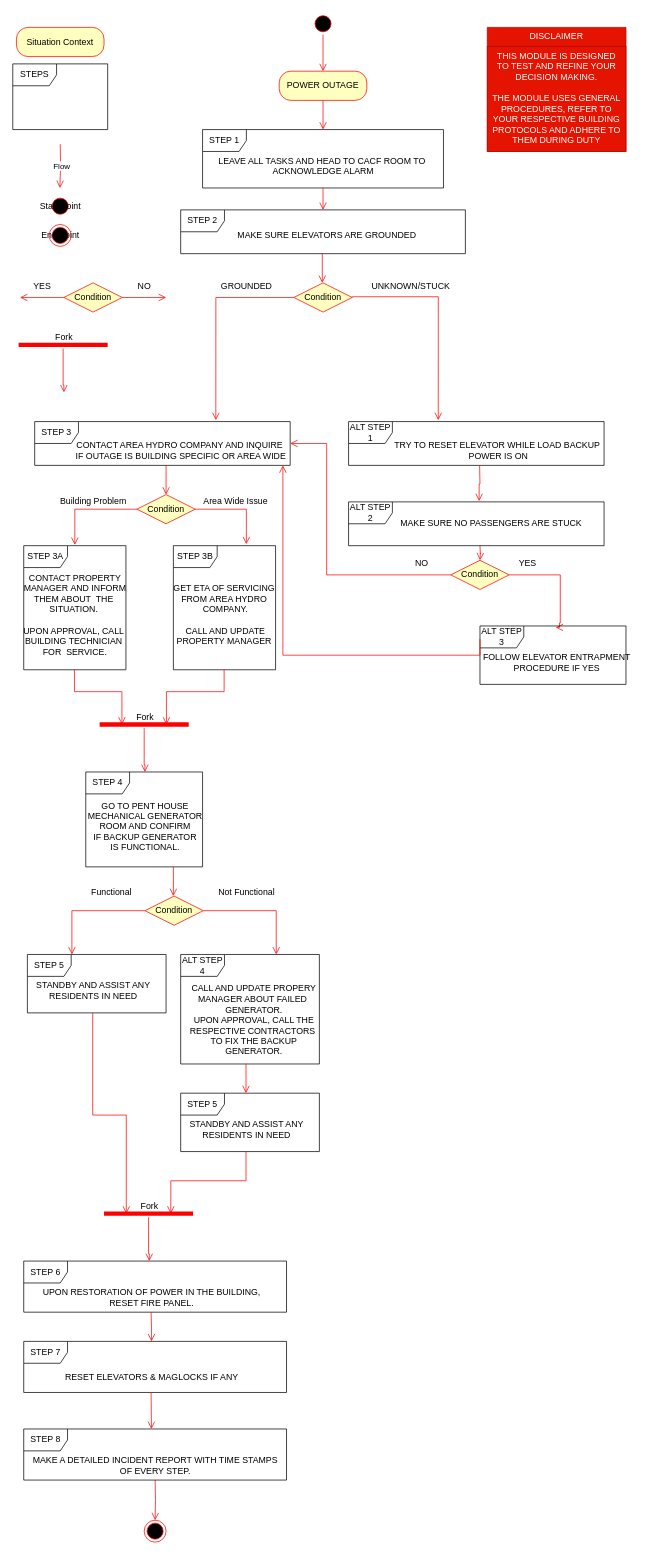
Earlier version of the draw.io diagram MODULES/Mod 4 Procedure POWER OUTAGE.drawio (s-nasir/ModTrain). Source tidied: cells renumbered, new cells numbered last; positions are measured from the earlier drawing's top-left corner, leaving out a move shared by most shapes. Both pictures are drawn from the tidied source at 73%, with x=0, y=0 at pixel (12, 12).
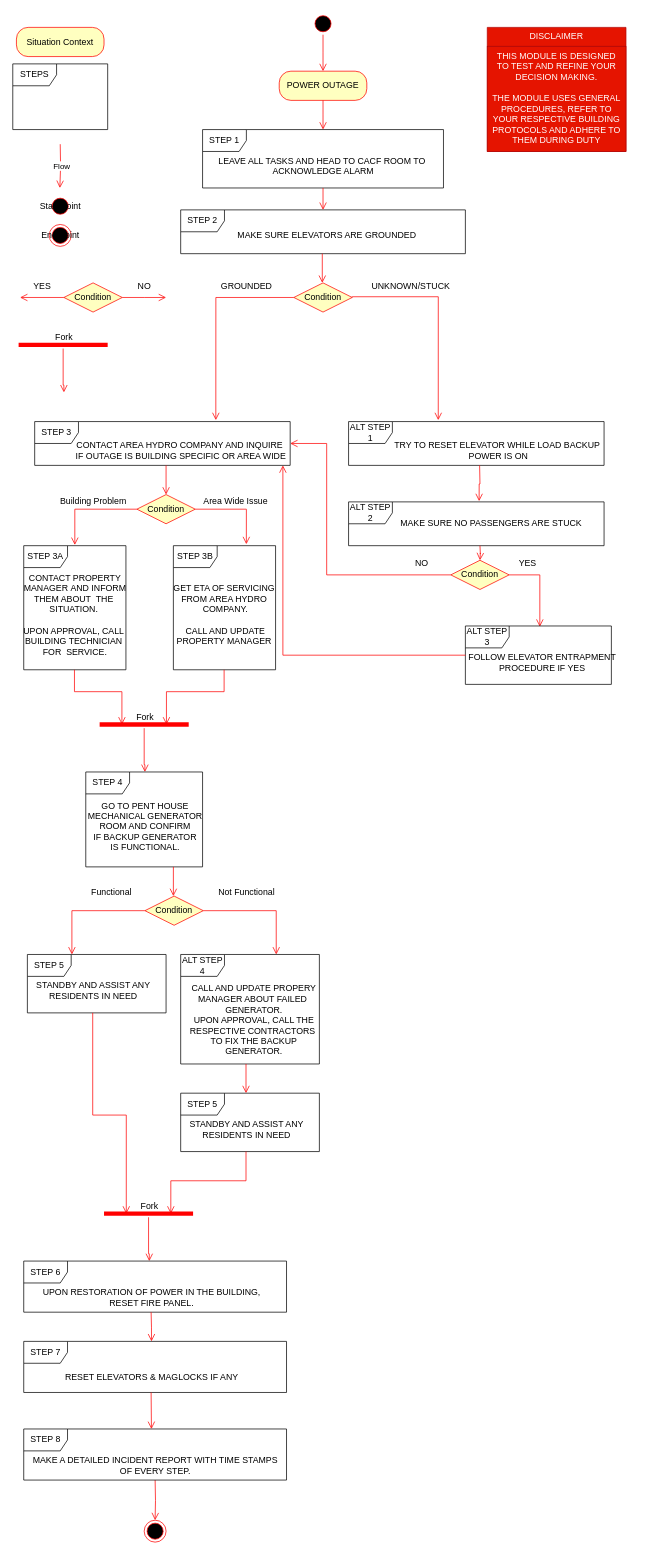
Above is the later version.

Commit message:
Formatted some bits in Mod 4 Procedure POWER OUTAGE

Unchanged cells that the change refers to:
```xml
<mxCell id="17" value="Condition" style="rhombus;whiteSpace=wrap;html=1;fontColor=#000000;fillColor=#ffffc0;strokeColor=#ff0000;" parent="1" vertex="1">
  <mxGeometry x="600" y="750" width="80" height="40" as="geometry" />
</mxCell>
<mxCell id="35" value="STEP 3" style="shape=umlFrame;whiteSpace=wrap;html=1;" parent="1" vertex="1">
  <mxGeometry x="30" y="560" width="350" height="60" as="geometry" />
</mxCell>
```

What changed in the source:
```diff
@@
-    <mxCell id="18" style="edgeStyle=orthogonalEdgeStyle;html=1;align=left;verticalAlign=bottom;endArrow=open;endSize=8;strokeColor=#ff0000;rounded=0;entryX=0.519;entryY=0.025;entryDx=0;entryDy=0;entryPerimeter=0;" parent="1" edge="1" source="17" target="42">
+    <mxCell id="18" style="edgeStyle=orthogonalEdgeStyle;html=1;align=left;verticalAlign=bottom;endArrow=open;endSize=8;strokeColor=#ff0000;rounded=0;entryX=0.51;entryY=0.013;entryDx=0;entryDy=0;entryPerimeter=0;" parent="1" edge="1" source="17" target="42">
       <mxGeometry x="-0.05" y="20" relative="1" as="geometry">
         <Array as="points">
-          <mxPoint x="750" y="770" />
-          <mxPoint x="750" y="836" />
-          <mxPoint x="749" y="836" />
+          <mxPoint x="722" y="770" />
         </Array>
       </mxGeometry>
     </mxCell>
@@
     <mxCell id="42" value="ALT STEP 3" style="shape=umlFrame;whiteSpace=wrap;html=1;" parent="1" vertex="1">
-      <mxGeometry x="640" y="840" width="200" height="80" as="geometry" />
+      <mxGeometry x="620" y="840" width="200" height="80" as="geometry" />
     </mxCell>
     <mxCell id="43" value="&lt;font style=&quot;font-size: 12px;&quot;&gt;FOLLOW ELEVATOR ENTRAPMENT &lt;br&gt;PROCEDURE IF YES&lt;/font&gt;" style="text;html=1;align=center;verticalAlign=middle;strokeColor=none;fillColor=none;" parent="1" vertex="1">
-      <mxGeometry x="630" y="870" width="230" height="40" as="geometry" />
+      <mxGeometry x="610" y="870" width="230" height="40" as="geometry" />
     </mxCell>
@@
-    <mxCell id="45" style="edgeStyle=orthogonalEdgeStyle;html=1;align=left;verticalAlign=top;endArrow=open;endSize=8;strokeColor=#ff0000;rounded=0;exitX=0;exitY=0.225;exitDx=0;exitDy=0;exitPerimeter=0;" parent="1" edge="1" source="42" target="35">
+    <mxCell id="45" style="edgeStyle=orthogonalEdgeStyle;html=1;align=left;verticalAlign=top;endArrow=open;endSize=8;strokeColor=#ff0000;rounded=0;" parent="1" edge="1" target="35">
       <mxGeometry x="0.2" y="60" relative="1" as="geometry">
+        <mxPoint x="620" y="880" as="sourcePoint" />
         <Array as="points">
-          <mxPoint x="640" y="880" />
+          <mxPoint x="620" y="880" />
           <mxPoint x="370" y="880" />
         </Array>
       </mxGeometry>
     </mxCell>
```
